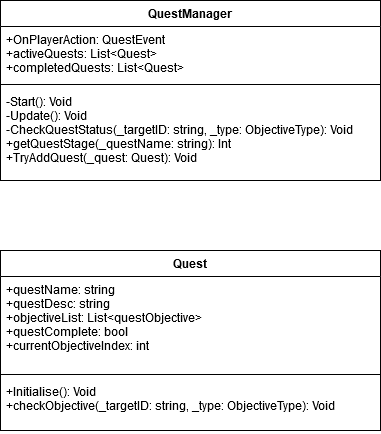
Nerys-Thamm/MDS-work keeps this draw.io diagram as UML_Shards_of_redemption.png. Above is the earlier version. Source tidied: cells renumbered, new cells last; positions are measured from the earlier drawing's top-left corner, leaving out a move shared by most shapes.
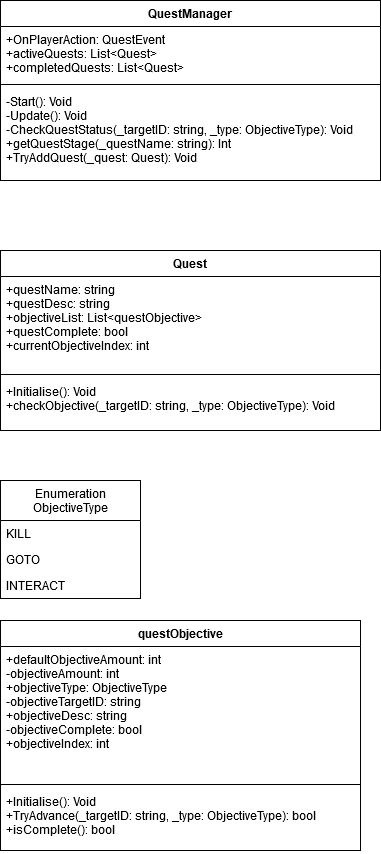
The same file after the commit.

What changed in the source:
```diff
@@ -26,5 +26,29 @@
     <mxCell id="9" value="+Initialise(): Void&#10;+checkObjective(_targetID: string, _type: ObjectiveType): Void&#10;" style="text;strokeColor=none;fillColor=none;align=left;verticalAlign=top;spacingLeft=4;spacingRight=4;overflow=hidden;" parent="6" vertex="1">
       <mxGeometry y="128" width="380" height="52" as="geometry" />
     </mxCell>
+    <mxCell id="10" value="Enumeration&#10;ObjectiveType" style="swimlane;fontStyle=0;horizontal=1;startSize=40;fillColor=none;html=0;" parent="1" vertex="1">
+      <mxGeometry y="480" width="140" height="118" as="geometry" />
+    </mxCell>
+    <mxCell id="11" value="KILL" style="text;strokeColor=none;fillColor=none;align=left;verticalAlign=top;spacingLeft=4;spacingRight=4;overflow=hidden;" parent="10" vertex="1">
+      <mxGeometry y="40" width="140" height="26" as="geometry" />
+    </mxCell>
+    <mxCell id="12" value="GOTO" style="text;strokeColor=none;fillColor=none;align=left;verticalAlign=top;spacingLeft=4;spacingRight=4;overflow=hidden;" parent="10" vertex="1">
+      <mxGeometry y="66" width="140" height="26" as="geometry" />
+    </mxCell>
+    <mxCell id="13" value="INTERACT" style="text;strokeColor=none;fillColor=none;align=left;verticalAlign=top;spacingLeft=4;spacingRight=4;overflow=hidden;" parent="10" vertex="1">
+      <mxGeometry y="92" width="140" height="26" as="geometry" />
+    </mxCell>
+    <mxCell id="14" value="questObjective" style="swimlane;fontStyle=1;align=center;verticalAlign=top;horizontal=1;startSize=26;fillColor=none;html=0;" parent="1" vertex="1">
+      <mxGeometry y="620" width="360" height="230" as="geometry" />
+    </mxCell>
+    <mxCell id="15" value="+defaultObjectiveAmount: int&#10;-objectiveAmount: int&#10;+objectiveType: ObjectiveType&#10;-objectiveTargetID: string&#10;+objectiveDesc: string&#10;-objectiveComplete: bool&#10;+objectiveIndex: int&#10;" style="text;strokeColor=none;fillColor=none;align=left;verticalAlign=top;spacingLeft=4;spacingRight=4;overflow=hidden;" parent="14" vertex="1">
+      <mxGeometry y="26" width="360" height="134" as="geometry" />
+    </mxCell>
+    <mxCell id="16" style="line;strokeWidth=1;fillColor=none;align=left;verticalAlign=middle;spacingTop=-1;spacingLeft=3;spacingRight=3;labelPosition=right;" parent="14" vertex="1">
+      <mxGeometry y="160" width="360" height="8" as="geometry" />
+    </mxCell>
+    <mxCell id="17" value="+Initialise(): Void&#10;+TryAdvance(_targetID: string, _type: ObjectiveType): bool&#10;+isComplete(): bool&#10;" style="text;strokeColor=none;fillColor=none;align=left;verticalAlign=top;spacingLeft=4;spacingRight=4;overflow=hidden;" parent="14" vertex="1">
+      <mxGeometry y="168" width="360" height="62" as="geometry" />
+    </mxCell>
   </root>
 </mxGraphModel>
```
